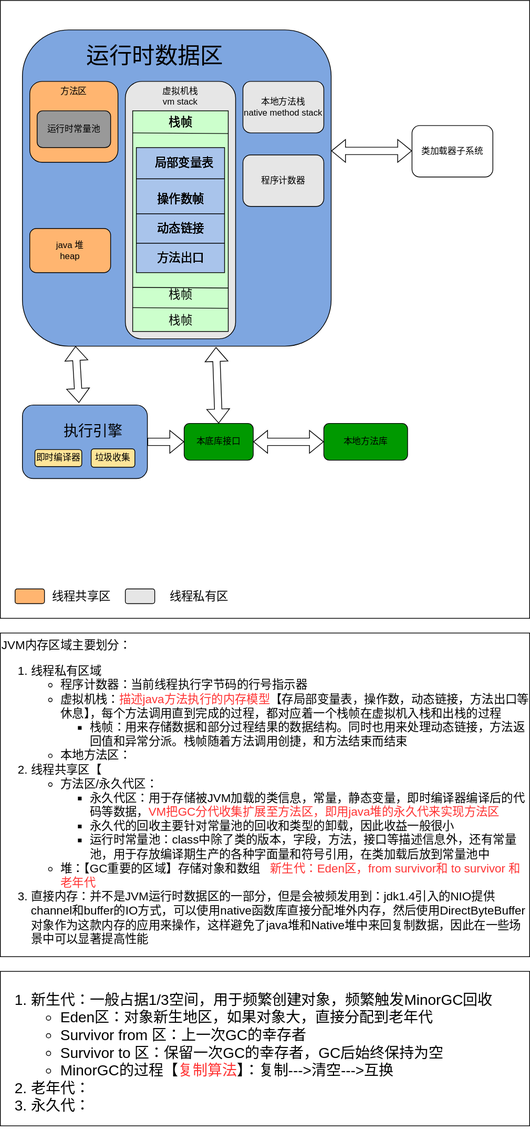
Earlier version of the draw.io export java/jvm.svg (lore-study/java-picture-bed). Source tidied: cells renumbered, new cells last; positions are measured from the earlier drawing's top-left corner, leaving out a move shared by most shapes.
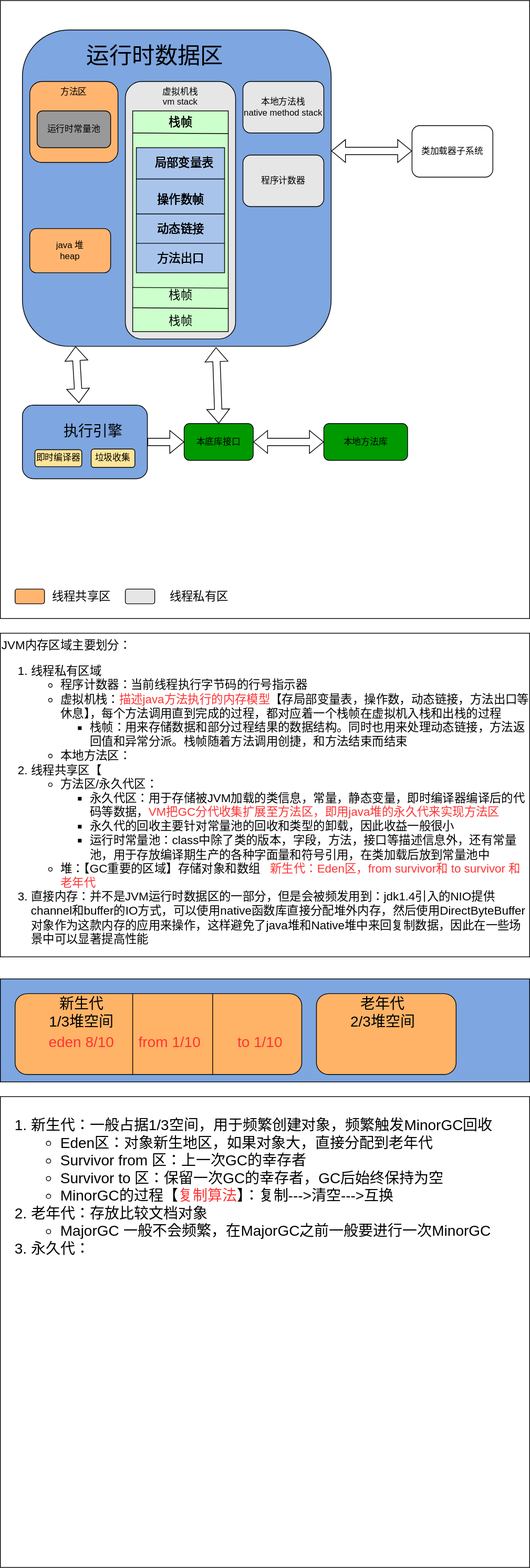
Later version of the same file.

The edit, as a diff of the source:
```diff
@@ -227,8 +227,44 @@
     <mxCell id="71" style="rounded=1;whiteSpace=wrap;html=1;fillColor=#E6E6E6;" parent="67" vertex="1">
       <mxGeometry x="150" width="40" height="20" as="geometry" />
     </mxCell>
-    <mxCell id="72" value="&lt;ol&gt;&lt;li&gt;&lt;font&gt;新生代：一般占据1/3空间，用于频繁创建对象，频繁触发MinorGC回收&lt;/font&gt;&lt;/li&gt;&lt;ul&gt;&lt;li&gt;&lt;font&gt;Eden区：对象新生地区，如果对象大，直接分配到老年代&lt;/font&gt;&lt;/li&gt;&lt;li&gt;Survivor from 区：上一次GC的幸存者&lt;/li&gt;&lt;li&gt;Survivor to 区：保留一次GC的幸存者，GC后始终保持为空&lt;/li&gt;&lt;li&gt;MinorGC的过程【&lt;font color=&quot;#ff3333&quot;&gt;复制算法&lt;/font&gt;】：复制---&amp;gt;清空---&amp;gt;互换&lt;br&gt;&lt;/li&gt;&lt;/ul&gt;&lt;li&gt;&lt;font&gt;老年代：&lt;/font&gt;&lt;/li&gt;&lt;li&gt;&lt;font&gt;永久代：&lt;/font&gt;&lt;/li&gt;&lt;/ol&gt;" style="rounded=0;whiteSpace=wrap;html=1;labelBackgroundColor=none;fontSize=20;fontColor=#000000;fillColor=#FFFFFF;verticalAlign=top;align=left;" parent="1" vertex="1">
-      <mxGeometry y="1320" width="720" height="210" as="geometry" />
+    <mxCell id="72" value="&lt;ol&gt;&lt;li&gt;&lt;font&gt;新生代：一般占据1/3空间，用于频繁创建对象，频繁触发MinorGC回收&lt;/font&gt;&lt;/li&gt;&lt;ul&gt;&lt;li&gt;&lt;font&gt;Eden区：对象新生地区，如果对象大，直接分配到老年代&lt;/font&gt;&lt;/li&gt;&lt;li&gt;Survivor from 区：上一次GC的幸存者&lt;/li&gt;&lt;li&gt;Survivor to 区：保留一次GC的幸存者，GC后始终保持为空&lt;/li&gt;&lt;li&gt;MinorGC的过程【&lt;font color=&quot;#ff3333&quot;&gt;复制算法&lt;/font&gt;】：复制---&amp;gt;清空---&amp;gt;互换&lt;br&gt;&lt;/li&gt;&lt;/ul&gt;&lt;li&gt;&lt;font&gt;老年代：存放比较文档对象&lt;/font&gt;&lt;/li&gt;&lt;ul&gt;&lt;li&gt;&lt;font&gt;MajorGC 一般不会频繁，在MajorGC之前一般要进行一次MinorGC&lt;br&gt;&lt;/font&gt;&lt;/li&gt;&lt;/ul&gt;&lt;li&gt;&lt;font&gt;永久代：&lt;/font&gt;&lt;/li&gt;&lt;/ol&gt;" style="rounded=0;whiteSpace=wrap;html=1;labelBackgroundColor=none;fontSize=20;fontColor=#000000;fillColor=#FFFFFF;verticalAlign=top;align=left;" parent="1" vertex="1">
+      <mxGeometry y="1490" width="720" height="640" as="geometry" />
     </mxCell>
+    <mxCell id="73" style="rounded=0;whiteSpace=wrap;html=1;labelBackgroundColor=none;fontSize=20;fontColor=#FF3333;fillColor=#7EA6E0;" parent="1" vertex="1">
+      <mxGeometry y="1330" width="720" height="140" as="geometry" />
+    </mxCell>
+    <mxCell id="74" style="rounded=1;whiteSpace=wrap;html=1;labelBackgroundColor=none;fontSize=20;fontColor=#FF3333;fillColor=#FFB366;align=left;verticalAlign=bottom;" parent="1" vertex="1">
+      <mxGeometry x="20" y="1350" width="390" height="110" as="geometry" />
+    </mxCell>
+    <mxCell id="75" style="rounded=1;whiteSpace=wrap;html=1;labelBackgroundColor=none;fontSize=20;fontColor=#FF3333;fillColor=#FFB366;align=center;verticalAlign=top;" parent="1" vertex="1">
+      <mxGeometry x="430" y="1350" width="190" height="110" as="geometry" />
+    </mxCell>
+    <mxCell id="76" value="&lt;font color=&quot;#000000&quot;&gt;新生代&lt;br&gt;1/3堆空间&lt;/font&gt;" style="text;html=1;align=center;verticalAlign=middle;fillColor=none;strokeColor=none;rounded=0;labelBackgroundColor=none;fontSize=20;fontColor=#FF3333;" parent="1" vertex="1">
+      <mxGeometry x="60" y="1350" width="100" height="50" as="geometry" />
+    </mxCell>
+    <mxCell id="77" value="from 1/10" style="text;html=1;align=center;verticalAlign=middle;fillColor=none;strokeColor=none;rounded=0;labelBackgroundColor=none;fontSize=20;fontColor=#FF3333;" parent="1" vertex="1">
+      <mxGeometry x="180" y="1400" width="100" height="30" as="geometry" />
+    </mxCell>
+    <mxCell id="78" value="&lt;font color=&quot;#000000&quot;&gt;老年代&lt;br&gt;2/3堆空间&lt;/font&gt;" style="text;html=1;align=center;verticalAlign=middle;fillColor=none;strokeColor=none;rounded=0;labelBackgroundColor=none;fontSize=20;fontColor=#FF3333;" parent="1" vertex="1">
+      <mxGeometry x="470" y="1350" width="100" height="50" as="geometry" />
+    </mxCell>
+    <mxCell id="79" style="endArrow=none;html=1;rounded=0;fontSize=20;fontColor=#FF3333;entryX=0.5;entryY=0;entryDx=0;entryDy=0;exitX=0.5;exitY=1;exitDx=0;exitDy=0;" parent="1" edge="1">
+      <mxGeometry relative="1" as="geometry">
+        <mxPoint x="288.8" y="1460" as="sourcePoint" />
+        <mxPoint x="288.8" y="1350" as="targetPoint" />
+      </mxGeometry>
+    </mxCell>
+    <mxCell id="80" value="to 1/10" style="text;html=1;align=center;verticalAlign=middle;fillColor=none;strokeColor=none;rounded=0;labelBackgroundColor=none;fontSize=20;fontColor=#FF3333;" parent="1" vertex="1">
+      <mxGeometry x="313" y="1400" width="80" height="30" as="geometry" />
+    </mxCell>
+    <mxCell id="81" style="endArrow=none;html=1;rounded=0;fontSize=20;fontColor=#FF3333;entryX=0.5;entryY=0;entryDx=0;entryDy=0;exitX=0.5;exitY=1;exitDx=0;exitDy=0;" parent="1" edge="1">
+      <mxGeometry relative="1" as="geometry">
+        <mxPoint x="180" y="1460" as="sourcePoint" />
+        <mxPoint x="180" y="1350" as="targetPoint" />
+      </mxGeometry>
+    </mxCell>
+    <mxCell id="82" value="eden 8/10" style="text;html=1;align=center;verticalAlign=middle;fillColor=none;strokeColor=none;rounded=0;labelBackgroundColor=none;fontSize=20;fontColor=#FF3333;" parent="1" vertex="1">
+      <mxGeometry x="60" y="1400" width="100" height="30" as="geometry" />
+    </mxCell>
   </root>
 </mxGraphModel>
```
